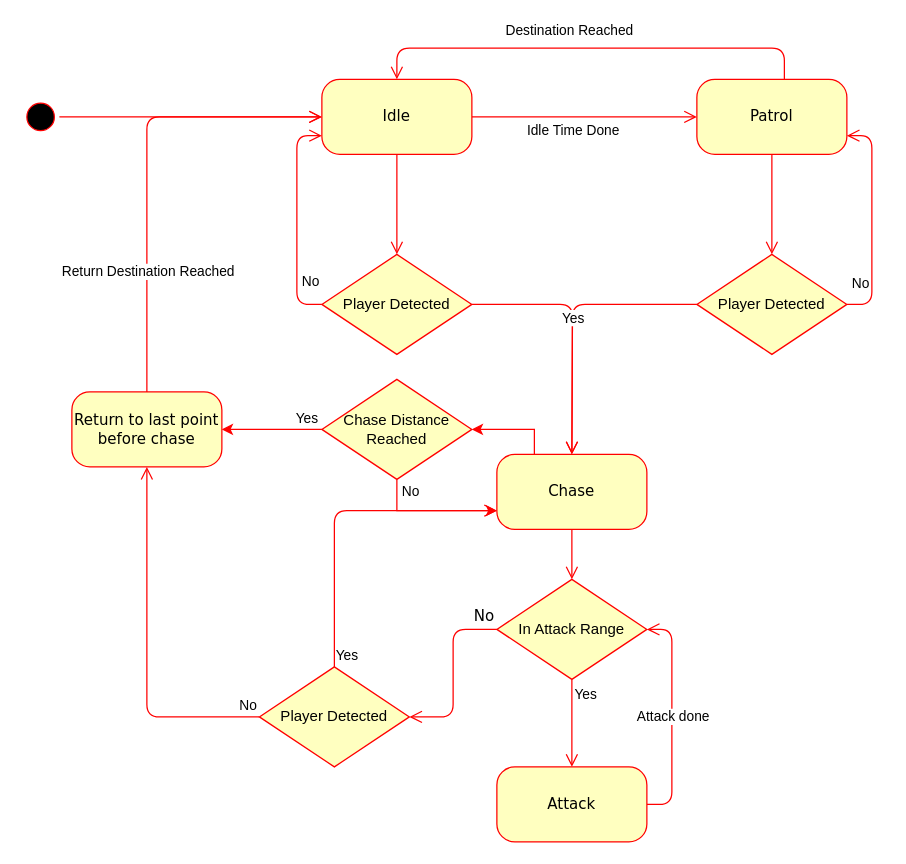
Earlier version of the draw.io diagram Untitled Diagram.drawio (RDMJoker/LL_Semester2_Project). Source tidied: cells renumbered, new cells numbered last; positions are measured from the earlier drawing's top-left corner, leaving out a move shared by most shapes. Both pictures are drawn from the tidied source at 125%, with x=0, y=0 at pixel (21, 48).
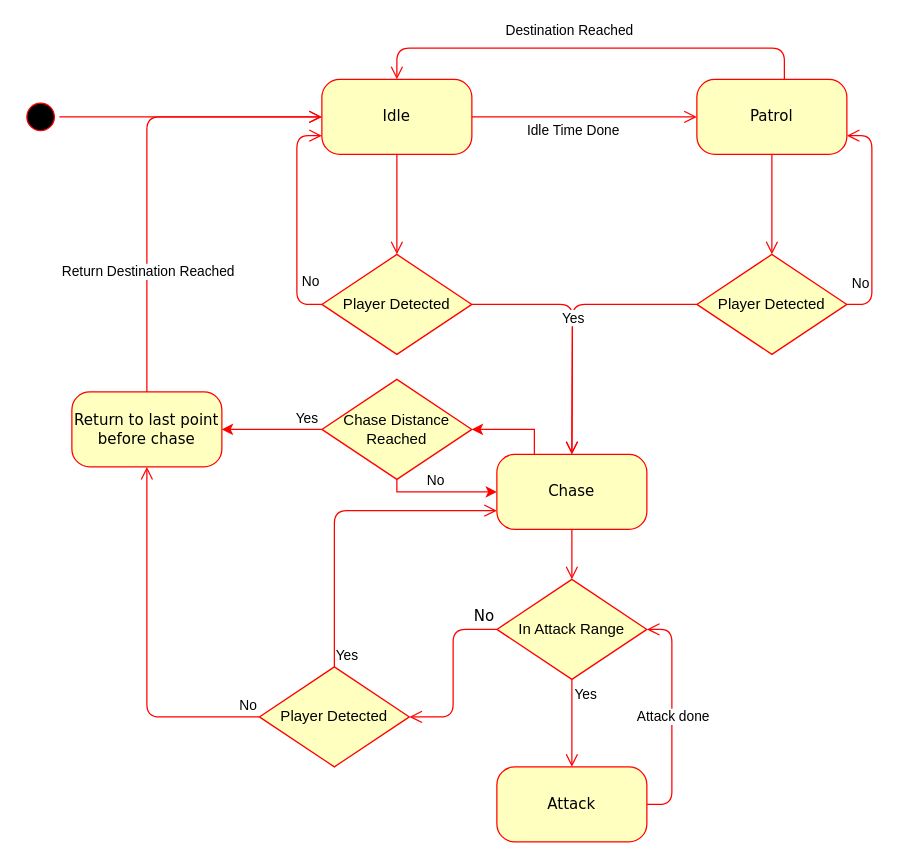
The same page after the edit.

The change refers to these unchanged cells:
```xml
<mxCell id="10" value="Chase" style="rounded=1;whiteSpace=wrap;html=1;arcSize=24;fontColor=#000000;fillColor=#ffffc0;strokeColor=#ff0000;shadow=0;comic=0;align=center;verticalAlign=middle;fontFamily=Verdana;fontSize=12;labelBackgroundColor=none;" parent="1" vertex="1">
  <mxGeometry x="380" y="325" width="120" height="60" as="geometry" />
</mxCell>
<mxCell id="44" value="Chase Distance Reached" style="rhombus;whiteSpace=wrap;html=1;fontColor=#000000;fillColor=#ffffc0;strokeColor=#ff0000;align=center;verticalAlign=middle;fontFamily=Helvetica;fontSize=12;" parent="1" vertex="1">
  <mxGeometry x="240" y="265" width="120" height="80" as="geometry" />
</mxCell>
```

Diff of the diagram source:
```diff
@@
-    <mxCell id="40" style="edgeStyle=orthogonalEdgeStyle;rounded=0;jettySize=auto;html=1;exitX=0.5;exitY=1;exitDx=0;exitDy=0;entryX=0;entryY=0.75;entryDx=0;entryDy=0;strokeColor=#ff0000;align=center;verticalAlign=middle;fontFamily=Helvetica;fontSize=12;fontColor=#000000;fillColor=#ffffc0;" parent="1" edge="1" source="44" target="10">
-      <mxGeometry relative="1" as="geometry" />
+    <mxCell id="40" style="edgeStyle=orthogonalEdgeStyle;rounded=0;jettySize=auto;html=1;exitX=0.5;exitY=1;exitDx=0;exitDy=0;entryX=0;entryY=0.5;entryDx=0;entryDy=0;strokeColor=#ff0000;align=center;verticalAlign=middle;fontFamily=Helvetica;fontSize=12;fontColor=#000000;fillColor=#ffffc0;" parent="1" edge="1" source="44" target="10">
+      <mxGeometry relative="1" as="geometry">
+        <Array as="points">
+          <mxPoint x="300" y="355" />
+        </Array>
+      </mxGeometry>
     </mxCell>
     <mxCell id="41" value="No" style="edgeLabel;html=1;align=center;verticalAlign=middle;" parent="40" vertex="1">
       <mxGeometry x="-0.81" y="-1" relative="1" as="geometry">
-        <mxPoint x="11" y="-1" as="offset" />
+        <mxPoint x="31" y="-9" as="offset" />
       </mxGeometry>
     </mxCell>
```
